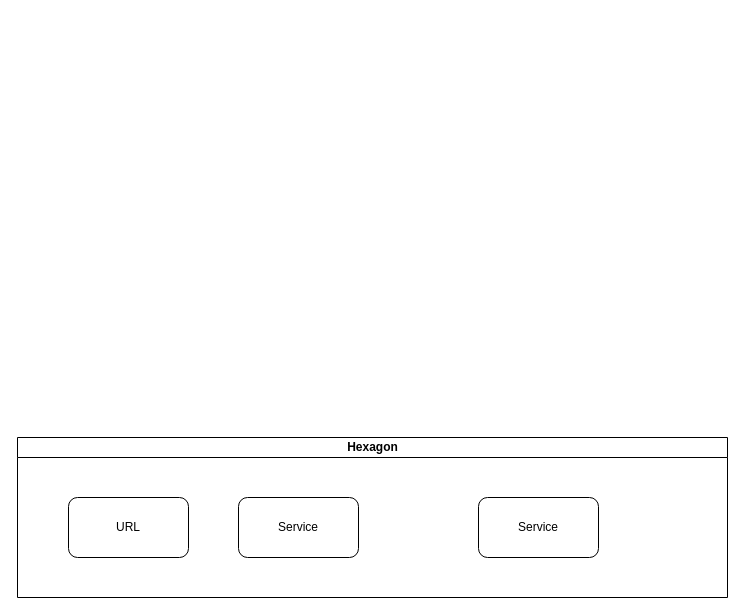
The draw.io diagram 未命名绘图.drawio in no33jou/yaoyeBlog, before the edit. Source tidied: cells renumbered, new cells numbered last; positions are measured from the earlier drawing's top-left corner, leaving out a move shared by most shapes. Both pictures are drawn from the tidied source at 100%, with x=0, y=0 at pixel (17, 437).
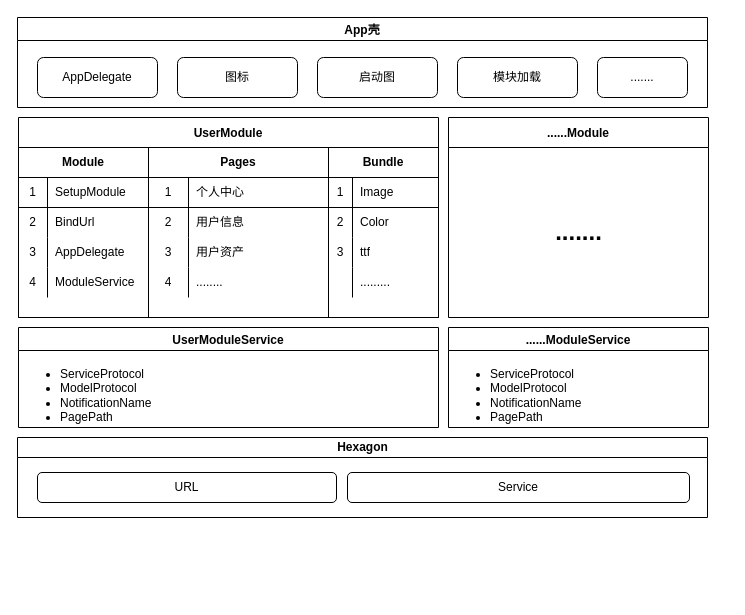
Above is the later version.

Commit message:
更新未命名绘图.drawio

The edit, as a diff of the source:
```diff
@@
     <mxCell id="2" value="Hexagon" style="swimlane;html=1;startSize=20;horizontal=1;containerType=tree;glass=0;" parent="1" vertex="1">
-      <mxGeometry width="710" height="160" as="geometry" />
+      <mxGeometry width="690" height="80" as="geometry" />
     </mxCell>
     <mxCell id="3" value="URL" style="rounded=1;whiteSpace=wrap;html=1;" parent="2" vertex="1">
-      <mxGeometry x="51" y="60" width="120" height="60" as="geometry" />
+      <mxGeometry x="20" y="35" width="299" height="30" as="geometry" />
     </mxCell>
     <mxCell id="4" value="Service" style="rounded=1;whiteSpace=wrap;html=1;" parent="2" vertex="1">
-      <mxGeometry x="221" y="60" width="120" height="60" as="geometry" />
+      <mxGeometry x="330" y="35" width="342" height="30" as="geometry" />
     </mxCell>
-    <mxCell id="5" value="Service" style="rounded=1;whiteSpace=wrap;html=1;" parent="2" vertex="1">
-      <mxGeometry x="461" y="60" width="120" height="60" as="geometry" />
-    </mxCell>
+    <mxCell id="6" value="UserModule" style="swimlane;startSize=30;" parent="1" vertex="1">
+      <mxGeometry x="1" y="-320" width="420" height="200" as="geometry" />
+    </mxCell>
+    <mxCell id="7" value="Module" style="shape=table;html=1;whiteSpace=wrap;startSize=30;childLayout=tableLayout;rowLines=0;fontStyle=1;align=center;fillColor=none;gradientColor=none;" parent="6" vertex="1">
+      <mxGeometry y="30" width="130" height="170" as="geometry" />
+    </mxCell>
+    <mxCell id="8" style="shape=partialRectangle;html=1;whiteSpace=wrap;fillColor=none;top=0;left=0;bottom=1;right=0;" parent="7" vertex="1">
+      <mxGeometry y="30" width="130" height="30" as="geometry" />
+    </mxCell>
+    <mxCell id="9" value="1" style="shape=partialRectangle;html=1;whiteSpace=wrap;fillColor=none;top=0;left=0;bottom=0;right=0;overflow=hidden;" parent="8" vertex="1">
+      <mxGeometry width="29" height="30" as="geometry" />
+    </mxCell>
+    <mxCell id="10" value="SetupModule" style="shape=partialRectangle;html=1;whiteSpace=wrap;fillColor=none;top=0;left=0;bottom=0;right=0;align=left;spacingLeft=6;overflow=hidden;" parent="8" vertex="1">
+      <mxGeometry x="29" width="101" height="30" as="geometry" />
+    </mxCell>
+    <mxCell id="11" style="shape=partialRectangle;html=1;whiteSpace=wrap;fillColor=none;top=0;left=0;bottom=0;right=0;" parent="7" vertex="1">
+      <mxGeometry y="60" width="130" height="30" as="geometry" />
+    </mxCell>
+    <mxCell id="12" value="2" style="shape=partialRectangle;html=1;whiteSpace=wrap;fillColor=none;top=0;left=0;bottom=0;right=0;overflow=hidden;" parent="11" vertex="1">
+      <mxGeometry width="29" height="30" as="geometry" />
+    </mxCell>
+    <mxCell id="13" value="BindUrl" style="shape=partialRectangle;html=1;whiteSpace=wrap;fillColor=none;top=0;left=0;bottom=0;right=0;align=left;spacingLeft=6;overflow=hidden;" parent="11" vertex="1">
+      <mxGeometry x="29" width="101" height="30" as="geometry" />
+    </mxCell>
+    <mxCell id="14" style="shape=partialRectangle;html=1;whiteSpace=wrap;fillColor=none;top=0;left=0;bottom=0;right=0;" parent="7" vertex="1">
+      <mxGeometry y="90" width="130" height="30" as="geometry" />
+    </mxCell>
+    <mxCell id="15" value="3" style="shape=partialRectangle;html=1;whiteSpace=wrap;fillColor=none;top=0;left=0;bottom=0;right=0;overflow=hidden;" parent="14" vertex="1">
+      <mxGeometry width="29" height="30" as="geometry" />
+    </mxCell>
+    <mxCell id="16" value="AppDelegate" style="shape=partialRectangle;html=1;whiteSpace=wrap;fillColor=none;top=0;left=0;bottom=0;right=0;align=left;spacingLeft=6;overflow=hidden;" parent="14" vertex="1">
+      <mxGeometry x="29" width="101" height="30" as="geometry" />
+    </mxCell>
+    <mxCell id="17" style="shape=partialRectangle;html=1;whiteSpace=wrap;fillColor=none;top=0;left=0;bottom=0;right=0;" parent="7" vertex="1">
+      <mxGeometry y="120" width="130" height="30" as="geometry" />
+    </mxCell>
+    <mxCell id="18" value="4" style="shape=partialRectangle;html=1;whiteSpace=wrap;fillColor=none;top=0;left=0;bottom=0;right=0;overflow=hidden;" parent="17" vertex="1">
+      <mxGeometry width="29" height="30" as="geometry" />
+    </mxCell>
+    <mxCell id="19" value="ModuleService" style="shape=partialRectangle;html=1;whiteSpace=wrap;fillColor=none;top=0;left=0;bottom=0;right=0;align=left;spacingLeft=6;overflow=hidden;" parent="17" vertex="1">
+      <mxGeometry x="29" width="101" height="30" as="geometry" />
+    </mxCell>
+    <mxCell id="20" value="Pages" style="shape=table;html=1;whiteSpace=wrap;startSize=30;childLayout=tableLayout;rowLines=0;fontStyle=1;align=center;fillColor=none;gradientColor=none;" parent="6" vertex="1">
+      <mxGeometry x="130" y="30" width="180" height="170" as="geometry" />
+    </mxCell>
+    <mxCell id="21" style="shape=partialRectangle;html=1;whiteSpace=wrap;fillColor=none;top=0;left=0;bottom=1;right=0;" parent="20" vertex="1">
+      <mxGeometry y="30" width="180" height="30" as="geometry" />
+    </mxCell>
+    <mxCell id="22" value="1" style="shape=partialRectangle;html=1;whiteSpace=wrap;fillColor=none;top=0;left=0;bottom=0;right=0;overflow=hidden;" parent="21" vertex="1">
+      <mxGeometry width="40" height="30" as="geometry" />
+    </mxCell>
+    <mxCell id="23" value="个人中心" style="shape=partialRectangle;html=1;whiteSpace=wrap;fillColor=none;top=0;left=0;bottom=0;right=0;align=left;spacingLeft=6;overflow=hidden;" parent="21" vertex="1">
+      <mxGeometry x="40" width="140" height="30" as="geometry" />
+    </mxCell>
+    <mxCell id="24" style="shape=partialRectangle;html=1;whiteSpace=wrap;fillColor=none;top=0;left=0;bottom=0;right=0;" parent="20" vertex="1">
+      <mxGeometry y="60" width="180" height="30" as="geometry" />
+    </mxCell>
+    <mxCell id="25" value="2" style="shape=partialRectangle;html=1;whiteSpace=wrap;fillColor=none;top=0;left=0;bottom=0;right=0;overflow=hidden;" parent="24" vertex="1">
+      <mxGeometry width="40" height="30" as="geometry" />
+    </mxCell>
+    <mxCell id="26" value="用户信息" style="shape=partialRectangle;html=1;whiteSpace=wrap;fillColor=none;top=0;left=0;bottom=0;right=0;align=left;spacingLeft=6;overflow=hidden;" parent="24" vertex="1">
+      <mxGeometry x="40" width="140" height="30" as="geometry" />
+    </mxCell>
+    <mxCell id="27" style="shape=partialRectangle;html=1;whiteSpace=wrap;fillColor=none;top=0;left=0;bottom=0;right=0;" parent="20" vertex="1">
+      <mxGeometry y="90" width="180" height="30" as="geometry" />
+    </mxCell>
+    <mxCell id="28" value="3" style="shape=partialRectangle;html=1;whiteSpace=wrap;fillColor=none;top=0;left=0;bottom=0;right=0;overflow=hidden;" parent="27" vertex="1">
+      <mxGeometry width="40" height="30" as="geometry" />
+    </mxCell>
+    <mxCell id="29" value="用户资产" style="shape=partialRectangle;html=1;whiteSpace=wrap;fillColor=none;top=0;left=0;bottom=0;right=0;align=left;spacingLeft=6;overflow=hidden;" parent="27" vertex="1">
+      <mxGeometry x="40" width="140" height="30" as="geometry" />
+    </mxCell>
+    <mxCell id="30" style="shape=partialRectangle;html=1;whiteSpace=wrap;fillColor=none;top=0;left=0;bottom=0;right=0;" parent="20" vertex="1">
+      <mxGeometry y="120" width="180" height="30" as="geometry" />
+    </mxCell>
+    <mxCell id="31" value="4" style="shape=partialRectangle;html=1;whiteSpace=wrap;fillColor=none;top=0;left=0;bottom=0;right=0;overflow=hidden;" parent="30" vertex="1">
+      <mxGeometry width="40" height="30" as="geometry" />
+    </mxCell>
+    <mxCell id="32" value="........" style="shape=partialRectangle;html=1;whiteSpace=wrap;fillColor=none;top=0;left=0;bottom=0;right=0;align=left;spacingLeft=6;overflow=hidden;" parent="30" vertex="1">
+      <mxGeometry x="40" width="140" height="30" as="geometry" />
+    </mxCell>
+    <mxCell id="33" value="Bundle" style="shape=table;html=1;whiteSpace=wrap;startSize=30;childLayout=tableLayout;rowLines=0;fontStyle=1;align=center;fillColor=none;gradientColor=none;" parent="6" vertex="1">
+      <mxGeometry x="310" y="30" width="110" height="170" as="geometry" />
+    </mxCell>
+    <mxCell id="34" style="shape=partialRectangle;html=1;whiteSpace=wrap;fillColor=none;top=0;left=0;bottom=1;right=0;" parent="33" vertex="1">
+      <mxGeometry y="30" width="110" height="30" as="geometry" />
+    </mxCell>
+    <mxCell id="35" value="1" style="shape=partialRectangle;html=1;whiteSpace=wrap;fillColor=none;top=0;left=0;bottom=0;right=0;overflow=hidden;" parent="34" vertex="1">
+      <mxGeometry width="24" height="30" as="geometry" />
+    </mxCell>
+    <mxCell id="36" value="Image" style="shape=partialRectangle;html=1;whiteSpace=wrap;fillColor=none;top=0;left=0;bottom=0;right=0;align=left;spacingLeft=6;overflow=hidden;" parent="34" vertex="1">
+      <mxGeometry x="24" width="86" height="30" as="geometry" />
+    </mxCell>
+    <mxCell id="37" style="shape=partialRectangle;html=1;whiteSpace=wrap;fillColor=none;top=0;left=0;bottom=0;right=0;" parent="33" vertex="1">
+      <mxGeometry y="60" width="110" height="30" as="geometry" />
+    </mxCell>
+    <mxCell id="38" value="2" style="shape=partialRectangle;html=1;whiteSpace=wrap;fillColor=none;top=0;left=0;bottom=0;right=0;overflow=hidden;" parent="37" vertex="1">
+      <mxGeometry width="24" height="30" as="geometry" />
+    </mxCell>
+    <mxCell id="39" value="Color" style="shape=partialRectangle;html=1;whiteSpace=wrap;fillColor=none;top=0;left=0;bottom=0;right=0;align=left;spacingLeft=6;overflow=hidden;" parent="37" vertex="1">
+      <mxGeometry x="24" width="86" height="30" as="geometry" />
+    </mxCell>
+    <mxCell id="40" style="shape=partialRectangle;html=1;whiteSpace=wrap;fillColor=none;top=0;left=0;bottom=0;right=0;" parent="33" vertex="1">
+      <mxGeometry y="90" width="110" height="30" as="geometry" />
+    </mxCell>
+    <mxCell id="41" value="3" style="shape=partialRectangle;html=1;whiteSpace=wrap;fillColor=none;top=0;left=0;bottom=0;right=0;overflow=hidden;" parent="40" vertex="1">
+      <mxGeometry width="24" height="30" as="geometry" />
+    </mxCell>
+    <mxCell id="42" value="ttf" style="shape=partialRectangle;html=1;whiteSpace=wrap;fillColor=none;top=0;left=0;bottom=0;right=0;align=left;spacingLeft=6;overflow=hidden;" parent="40" vertex="1">
+      <mxGeometry x="24" width="86" height="30" as="geometry" />
+    </mxCell>
+    <mxCell id="43" style="shape=partialRectangle;html=1;whiteSpace=wrap;fillColor=none;top=0;left=0;bottom=0;right=0;" parent="33" vertex="1">
+      <mxGeometry y="120" width="110" height="30" as="geometry" />
+    </mxCell>
+    <mxCell id="44" style="shape=partialRectangle;html=1;whiteSpace=wrap;fillColor=none;top=0;left=0;bottom=0;right=0;overflow=hidden;" parent="43" vertex="1">
+      <mxGeometry width="24" height="30" as="geometry" />
+    </mxCell>
+    <mxCell id="45" value="........." style="shape=partialRectangle;html=1;whiteSpace=wrap;fillColor=none;top=0;left=0;bottom=0;right=0;align=left;spacingLeft=6;overflow=hidden;" parent="43" vertex="1">
+      <mxGeometry x="24" width="86" height="30" as="geometry" />
+    </mxCell>
+    <mxCell id="46" value="UserModuleService" style="swimlane;" parent="1" vertex="1">
+      <mxGeometry x="1" y="-110" width="420" height="100" as="geometry" />
+    </mxCell>
+    <mxCell id="47" value="&lt;ul&gt;&lt;li&gt;ServiceProtocol&lt;/li&gt;&lt;li&gt;ModelProtocol&lt;/li&gt;&lt;li&gt;NotificationName&lt;/li&gt;&lt;li&gt;PagePath&lt;/li&gt;&lt;/ul&gt;" style="text;strokeColor=none;fillColor=none;html=1;whiteSpace=wrap;verticalAlign=middle;overflow=hidden;" parent="46" vertex="1">
+      <mxGeometry y="25" width="230" height="75" as="geometry" />
+    </mxCell>
+    <mxCell id="48" value="App壳" style="swimlane;" parent="1" vertex="1">
+      <mxGeometry y="-420" width="690" height="90" as="geometry" />
+    </mxCell>
+    <mxCell id="49" value="AppDelegate" style="rounded=1;whiteSpace=wrap;html=1;" parent="48" vertex="1">
+      <mxGeometry x="20" y="40" width="120" height="40" as="geometry" />
+    </mxCell>
+    <mxCell id="50" value="图标" style="rounded=1;whiteSpace=wrap;html=1;" parent="48" vertex="1">
+      <mxGeometry x="160" y="40" width="120" height="40" as="geometry" />
+    </mxCell>
+    <mxCell id="51" value="启动图" style="rounded=1;whiteSpace=wrap;html=1;" parent="48" vertex="1">
+      <mxGeometry x="300" y="40" width="120" height="40" as="geometry" />
+    </mxCell>
+    <mxCell id="52" value="模块加载" style="rounded=1;whiteSpace=wrap;html=1;" parent="48" vertex="1">
+      <mxGeometry x="440" y="40" width="120" height="40" as="geometry" />
+    </mxCell>
+    <mxCell id="53" value="......." style="rounded=1;whiteSpace=wrap;html=1;" parent="48" vertex="1">
+      <mxGeometry x="580" y="40" width="90" height="40" as="geometry" />
+    </mxCell>
+    <mxCell id="54" value="......Module" style="swimlane;startSize=30;" parent="1" vertex="1">
+      <mxGeometry x="431" y="-320" width="260" height="200" as="geometry" />
+    </mxCell>
+    <mxCell id="55" value="......." style="text;strokeColor=none;fillColor=none;html=1;fontSize=24;fontStyle=1;verticalAlign=middle;align=center;" parent="54" vertex="1">
+      <mxGeometry x="80" y="95" width="100" height="40" as="geometry" />
+    </mxCell>
+    <mxCell id="56" value="......ModuleService" style="swimlane;startSize=23;" parent="1" vertex="1">
+      <mxGeometry x="431" y="-110" width="260" height="100" as="geometry" />
+    </mxCell>
+    <mxCell id="57" value="&lt;ul&gt;&lt;li&gt;ServiceProtocol&lt;/li&gt;&lt;li&gt;ModelProtocol&lt;/li&gt;&lt;li&gt;NotificationName&lt;/li&gt;&lt;li&gt;PagePath&lt;/li&gt;&lt;/ul&gt;" style="text;strokeColor=none;fillColor=none;html=1;whiteSpace=wrap;verticalAlign=middle;overflow=hidden;" parent="56" vertex="1">
+      <mxGeometry y="25" width="230" height="75" as="geometry" />
+    </mxCell>
```
